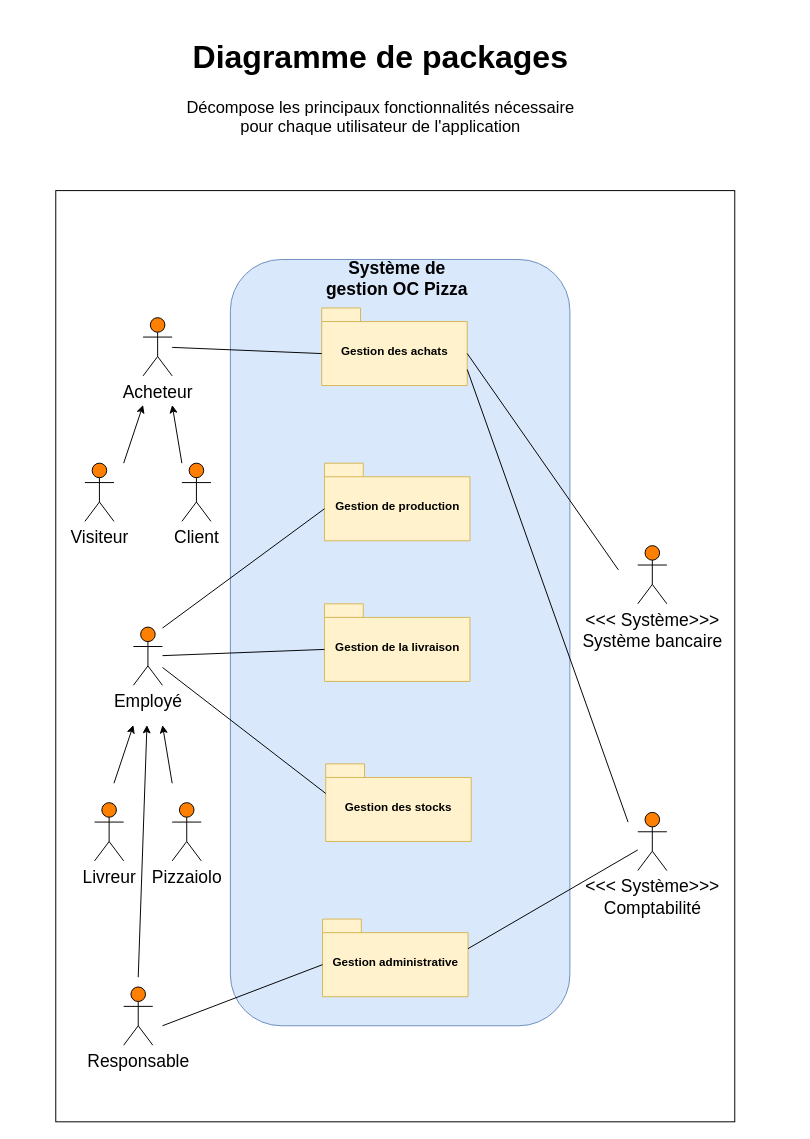
Above: Package Diagram.drawio in Maayaavi/OC_Project_4 (draw.io), before the change. Source tidied: cells renumbered, new cells numbered last; positions are measured from the earlier drawing's top-left corner, leaving out a move shared by most shapes. Both pictures are drawn from the tidied source at 97%, with x=0, y=0 at pixel (55, 26).
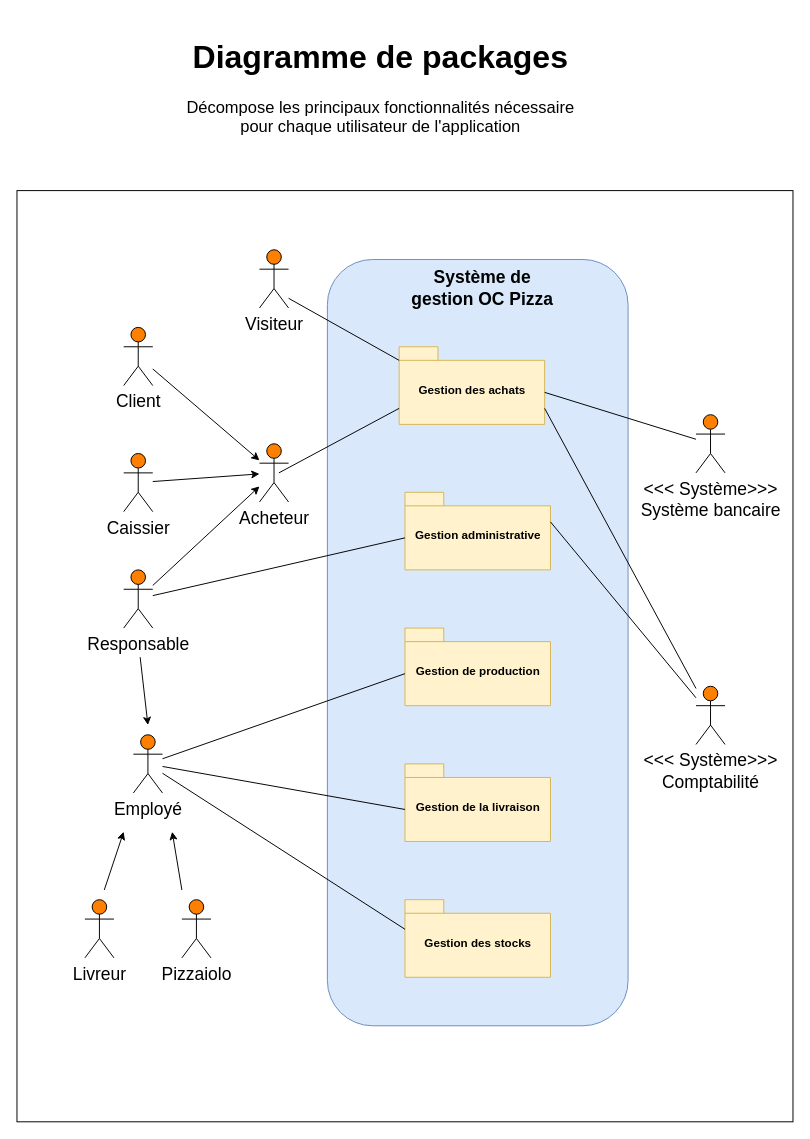
After the change.

Change to the diagram source:
```diff
@@
     <mxCell id="2" style="whiteSpace=wrap;html=1;" parent="1" vertex="1">
-      <mxGeometry y="169" width="700" height="960" as="geometry" />
+      <mxGeometry x="-40" y="169" width="800" height="960" as="geometry" />
     </mxCell>
@@
     <mxCell id="4" style="rounded=1;whiteSpace=wrap;html=1;fillColor=#dae8fc;strokeColor=#6c8ebf;" parent="1" vertex="1">
-      <mxGeometry x="180" y="240" width="350" height="790" as="geometry" />
+      <mxGeometry x="280" y="240" width="310" height="790" as="geometry" />
     </mxCell>
     <mxCell id="5" value="Système de gestion OC Pizza" style="text;html=1;strokeColor=none;fillColor=none;align=center;verticalAlign=middle;whiteSpace=wrap;rounded=0;fontSize=18;fontStyle=1;glass=0;gradientColor=none;" parent="1" vertex="1">
-      <mxGeometry x="272" y="230" width="160" height="60" as="geometry" />
+      <mxGeometry x="360" y="240" width="160" height="60" as="geometry" />
     </mxCell>
-    <mxCell id="6" value="Visiteur" style="shape=umlActor;verticalLabelPosition=bottom;labelBackgroundColor=#ffffff;verticalAlign=top;html=1;outlineConnect=0;fontSize=18;fillColor=#FF8000;" parent="1" vertex="1">
-      <mxGeometry x="30" y="450" width="30" height="60" as="geometry" />
+    <mxCell id="6" value="Client" style="shape=umlActor;verticalLabelPosition=bottom;labelBackgroundColor=#ffffff;verticalAlign=top;html=1;outlineConnect=0;fontSize=18;fillColor=#FF8000;" parent="1" vertex="1">
+      <mxGeometry x="70" y="310" width="30" height="60" as="geometry" />
     </mxCell>
     <mxCell id="7" value="Acheteur" style="shape=umlActor;verticalLabelPosition=bottom;labelBackgroundColor=#ffffff;verticalAlign=top;html=1;outlineConnect=0;fontSize=18;fillColor=#FF8000;" parent="1" vertex="1">
-      <mxGeometry x="90" y="300" width="30" height="60" as="geometry" />
+      <mxGeometry x="210" y="430" width="30" height="60" as="geometry" />
     </mxCell>
-    <mxCell id="8" value="Client" style="shape=umlActor;verticalLabelPosition=bottom;labelBackgroundColor=#ffffff;verticalAlign=top;html=1;outlineConnect=0;fontSize=18;fillColor=#FF8000;" parent="1" vertex="1">
-      <mxGeometry x="130" y="450" width="30" height="60" as="geometry" />
+    <mxCell id="8" value="Caissier" style="shape=umlActor;verticalLabelPosition=bottom;labelBackgroundColor=#ffffff;verticalAlign=top;html=1;outlineConnect=0;fontSize=18;fillColor=#FF8000;" parent="1" vertex="1">
+      <mxGeometry x="70" y="440" width="30" height="60" as="geometry" />
     </mxCell>
     <mxCell id="9" value="Pizzaiolo" style="shape=umlActor;verticalLabelPosition=bottom;labelBackgroundColor=#ffffff;verticalAlign=top;html=1;fontSize=18;fillColor=#FF8000;" parent="1" vertex="1">
-      <mxGeometry x="120" y="800" width="30" height="60" as="geometry" />
+      <mxGeometry x="130" y="900" width="30" height="60" as="geometry" />
     </mxCell>
     <mxCell id="10" value="Livreur" style="shape=umlActor;verticalLabelPosition=bottom;labelBackgroundColor=#ffffff;verticalAlign=top;html=1;fontSize=18;fillColor=#FF8000;" parent="1" vertex="1">
-      <mxGeometry x="40" y="800" width="30" height="60" as="geometry" />
+      <mxGeometry x="30" y="900" width="30" height="60" as="geometry" />
     </mxCell>
     <mxCell id="11" value="&amp;lt;&amp;lt;&amp;lt; Système&amp;gt;&amp;gt;&amp;gt;&lt;br&gt;Système bancaire" style="shape=umlActor;verticalLabelPosition=bottom;labelBackgroundColor=#ffffff;verticalAlign=top;html=1;outlineConnect=0;fontSize=18;gradientColor=none;gradientDirection=north;fillColor=#FF8000;" parent="1" vertex="1">
-      <mxGeometry x="600" y="535" width="30" height="60" as="geometry" />
+      <mxGeometry x="660" y="400" width="30" height="60" as="geometry" />
     </mxCell>
     <mxCell id="12" value="&amp;lt;&amp;lt;&amp;lt; Système&amp;gt;&amp;gt;&amp;gt;&lt;br&gt;Comptabilité" style="shape=umlActor;verticalLabelPosition=bottom;labelBackgroundColor=#ffffff;verticalAlign=top;html=1;outlineConnect=0;fontSize=18;gradientColor=none;gradientDirection=north;fillColor=#FF8000;" parent="1" vertex="1">
-      <mxGeometry x="600" y="810" width="30" height="60" as="geometry" />
+      <mxGeometry x="660" y="680" width="30" height="60" as="geometry" />
     </mxCell>
     <mxCell id="13" value="Gestion des achats" style="shape=folder;fontStyle=1;spacingTop=10;tabWidth=40;tabHeight=14;tabPosition=left;html=1;fillColor=#fff2cc;strokeColor=#d6b656;" parent="1" vertex="1">
-      <mxGeometry x="274.2" y="290" width="150" height="80" as="geometry" />
+      <mxGeometry x="354" y="330" width="150" height="80" as="geometry" />
     </mxCell>
     <mxCell id="14" value="Gestion de production" style="shape=folder;fontStyle=1;spacingTop=10;tabWidth=40;tabHeight=14;tabPosition=left;html=1;fillColor=#fff2cc;strokeColor=#d6b656;" parent="1" vertex="1">
-      <mxGeometry x="277" y="450" width="150" height="80" as="geometry" />
+      <mxGeometry x="360" y="620" width="150" height="80" as="geometry" />
     </mxCell>
     <mxCell id="15" value="Gestion de la livraison" style="shape=folder;fontStyle=1;spacingTop=10;tabWidth=40;tabHeight=14;tabPosition=left;html=1;fillColor=#fff2cc;strokeColor=#d6b656;" parent="1" vertex="1">
-      <mxGeometry x="277" y="595" width="150" height="80" as="geometry" />
+      <mxGeometry x="360" y="760" width="150" height="80" as="geometry" />
     </mxCell>
     <mxCell id="16" value="Gestion des stocks" style="shape=folder;fontStyle=1;spacingTop=10;tabWidth=40;tabHeight=14;tabPosition=left;html=1;fillColor=#fff2cc;strokeColor=#d6b656;" parent="1" vertex="1">
-      <mxGeometry x="278.3" y="760" width="150" height="80" as="geometry" />
+      <mxGeometry x="360" y="900" width="150" height="80" as="geometry" />
     </mxCell>
-    <mxCell id="17" style="endArrow=none;html=1;entryX=0;entryY=0;entryDx=0;entryDy=47;entryPerimeter=0;" parent="1" edge="1" source="7" target="13">
-      <mxGeometry relative="1" as="geometry" />
+    <mxCell id="17" style="endArrow=none;html=1;entryX=0;entryY=0;entryDx=0;entryDy=14;entryPerimeter=0;" parent="1" edge="1" target="13">
+      <mxGeometry relative="1" as="geometry">
+        <mxPoint x="240" y="280" as="sourcePoint" />
+      </mxGeometry>
     </mxCell>
-    <mxCell id="18" style="endArrow=none;html=1;exitX=0;exitY=0;exitDx=150;exitDy=47;exitPerimeter=0;" parent="1" edge="1" source="13">
-      <mxGeometry relative="1" as="geometry">
-        <mxPoint x="580" y="560" as="targetPoint" />
-      </mxGeometry>
+    <mxCell id="18" style="endArrow=none;html=1;exitX=0;exitY=0;exitDx=150;exitDy=47;exitPerimeter=0;" parent="1" edge="1" source="13" target="11">
+      <mxGeometry relative="1" as="geometry" />
     </mxCell>
-    <mxCell id="19" style="endArrow=none;html=1;exitX=0;exitY=0;exitDx=150;exitDy=63.5;exitPerimeter=0;" parent="1" edge="1" source="13">
-      <mxGeometry relative="1" as="geometry">
-        <mxPoint x="590" y="820" as="targetPoint" />
-      </mxGeometry>
+    <mxCell id="19" style="endArrow=none;html=1;exitX=0;exitY=0;exitDx=150;exitDy=63.5;exitPerimeter=0;" parent="1" edge="1" source="13" target="12">
+      <mxGeometry relative="1" as="geometry" />
     </mxCell>
@@
     <mxCell id="22" value="Gestion administrative" style="shape=folder;fontStyle=1;spacingTop=10;tabWidth=40;tabHeight=14;tabPosition=left;html=1;fillColor=#fff2cc;strokeColor=#d6b656;" parent="1" vertex="1">
-      <mxGeometry x="275" y="920" width="150" height="80" as="geometry" />
+      <mxGeometry x="360" y="480" width="150" height="80" as="geometry" />
     </mxCell>
@@
     <mxCell id="24" value="Responsable" style="shape=umlActor;verticalLabelPosition=bottom;labelBackgroundColor=#ffffff;verticalAlign=top;html=1;outlineConnect=0;fontSize=18;fillColor=#FF8000;" parent="1" vertex="1">
-      <mxGeometry x="70" y="990" width="30" height="60" as="geometry" />
+      <mxGeometry x="70" y="560" width="30" height="60" as="geometry" />
     </mxCell>
-    <mxCell id="25" style="endArrow=classic;html=1;" parent="1" edge="1">
-      <mxGeometry relative="1" as="geometry">
-        <mxPoint x="70" y="450" as="sourcePoint" />
-        <mxPoint x="90" y="390" as="targetPoint" />
-      </mxGeometry>
-    </mxCell>
-    <mxCell id="26" style="endArrow=classic;html=1;" parent="1" edge="1">
-      <mxGeometry relative="1" as="geometry">
-        <mxPoint x="130" y="450" as="sourcePoint" />
-        <mxPoint x="120" y="390" as="targetPoint" />
-      </mxGeometry>
+    <mxCell id="26" style="endArrow=classic;html=1;" parent="1" edge="1" source="6" target="7">
+      <mxGeometry relative="1" as="geometry" />
     </mxCell>
     <mxCell id="27" value="Employé" style="shape=umlActor;verticalLabelPosition=bottom;labelBackgroundColor=#ffffff;verticalAlign=top;html=1;outlineConnect=0;fontSize=18;fillColor=#FF8000;" parent="1" vertex="1">
-      <mxGeometry x="80" y="619" width="30" height="60" as="geometry" />
+      <mxGeometry x="80" y="730" width="30" height="60" as="geometry" />
     </mxCell>
-    <mxCell id="28" style="endArrow=none;html=1;entryX=0;entryY=0;entryDx=0;entryDy=47;entryPerimeter=0;" parent="1" edge="1" target="22">
-      <mxGeometry relative="1" as="geometry">
-        <mxPoint x="110" y="1030" as="sourcePoint" />
-      </mxGeometry>
+    <mxCell id="28" style="endArrow=none;html=1;entryX=0;entryY=0;entryDx=0;entryDy=47;entryPerimeter=0;" parent="1" edge="1" source="24" target="22">
+      <mxGeometry relative="1" as="geometry" />
     </mxCell>
-    <mxCell id="29" style="endArrow=none;html=1;entryX=0;entryY=0;entryDx=0;entryDy=47;entryPerimeter=0;" parent="1" edge="1" target="14">
-      <mxGeometry relative="1" as="geometry">
-        <mxPoint x="110" y="620" as="sourcePoint" />
-      </mxGeometry>
+    <mxCell id="29" style="endArrow=none;html=1;entryX=0;entryY=0;entryDx=0;entryDy=47;entryPerimeter=0;" parent="1" edge="1" source="27" target="14">
+      <mxGeometry relative="1" as="geometry" />
     </mxCell>
     <mxCell id="30" style="endArrow=classic;html=1;" parent="1" edge="1">
       <mxGeometry relative="1" as="geometry">
-        <mxPoint x="60" y="780" as="sourcePoint" />
-        <mxPoint x="80" y="720" as="targetPoint" />
+        <mxPoint x="50" y="890" as="sourcePoint" />
+        <mxPoint x="70" y="830" as="targetPoint" />
       </mxGeometry>
     </mxCell>
     <mxCell id="31" style="endArrow=classic;html=1;" parent="1" edge="1">
       <mxGeometry relative="1" as="geometry">
-        <mxPoint x="120" y="780" as="sourcePoint" />
-        <mxPoint x="110" y="720" as="targetPoint" />
+        <mxPoint x="130" y="890" as="sourcePoint" />
+        <mxPoint x="120" y="830" as="targetPoint" />
       </mxGeometry>
     </mxCell>
-    <mxCell id="32" style="endArrow=classic;html=1;" parent="1" edge="1">
-      <mxGeometry relative="1" as="geometry">
-        <mxPoint x="85" y="980" as="sourcePoint" />
-        <mxPoint x="94" y="720" as="targetPoint" />
-      </mxGeometry>
-    </mxCell>
+    <mxCell id="33" value="Visiteur" style="shape=umlActor;verticalLabelPosition=bottom;labelBackgroundColor=#ffffff;verticalAlign=top;html=1;fontSize=18;fillColor=#FF8000;" parent="1" vertex="1">
+      <mxGeometry x="210" y="230" width="30" height="60" as="geometry" />
+    </mxCell>
+    <mxCell id="34" style="endArrow=classic;html=1;" parent="1" edge="1" source="8" target="7">
+      <mxGeometry relative="1" as="geometry" />
+    </mxCell>
+    <mxCell id="35" style="endArrow=classic;html=1;" parent="1" edge="1" source="24" target="7">
+      <mxGeometry relative="1" as="geometry" />
+    </mxCell>
+    <mxCell id="36" style="endArrow=none;html=1;entryX=0;entryY=0;entryDx=0;entryDy=63.5;entryPerimeter=0;" parent="1" edge="1" target="13">
+      <mxGeometry relative="1" as="geometry">
+        <mxPoint x="230" y="460" as="sourcePoint" />
+      </mxGeometry>
+    </mxCell>
+    <mxCell id="37" style="endArrow=classic;html=1;" parent="1" edge="1">
+      <mxGeometry relative="1" as="geometry">
+        <mxPoint x="87" y="650" as="sourcePoint" />
+        <mxPoint x="95" y="720" as="targetPoint" />
+      </mxGeometry>
+    </mxCell>
```
